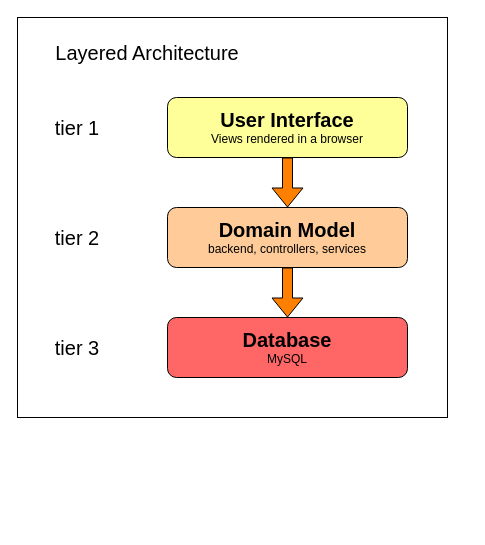
The draw.io diagram System Models/software_architecture.drawio in blueappleee/EmployeeManagementSystem, before the edit. Source tidied: cells renumbered, new cells numbered last; positions are measured from the earlier drawing's top-left corner, leaving out a move shared by most shapes. Both pictures are drawn from the tidied source at 100%, with x=0, y=0 at pixel (17, 17).
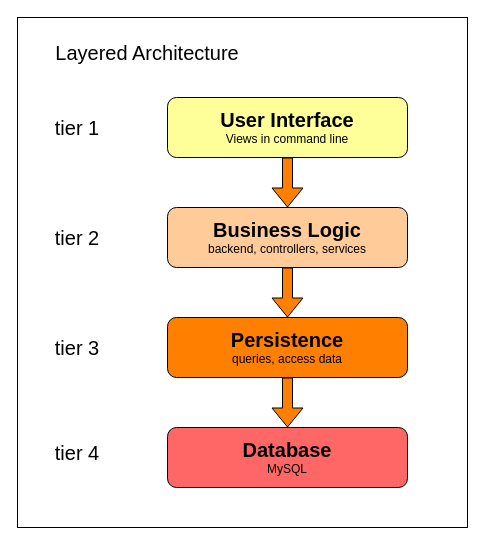
After the change.

Change to the diagram source:
```diff
@@
 <mxGraphModel>
   <root>
     <mxCell id="0" />
     <mxCell id="1" parent="0" />
     <mxCell id="2" style="rounded=0;whiteSpace=wrap;html=1;" parent="1" vertex="1">
-      <mxGeometry width="430" height="400" as="geometry" />
+      <mxGeometry width="450" height="510" as="geometry" />
     </mxCell>
-    <mxCell id="3" value="&lt;font style=&quot;font-size: 20px;&quot;&gt;&lt;b&gt;User Interface&lt;br&gt;&lt;/b&gt;&lt;/font&gt;Views rendered in a browser" style="rounded=1;whiteSpace=wrap;html=1;fillColor=#FFFF99;" parent="1" vertex="1">
+    <mxCell id="3" value="&lt;font style=&quot;font-size: 20px;&quot;&gt;&lt;b&gt;User Interface&lt;br&gt;&lt;/b&gt;&lt;/font&gt;Views in command line" style="rounded=1;whiteSpace=wrap;html=1;fillColor=#FFFF99;" parent="1" vertex="1">
       <mxGeometry x="150" y="80" width="240" height="60" as="geometry" />
     </mxCell>
-    <mxCell id="4" value="&lt;b style=&quot;font-size: 20px;&quot;&gt;Domain Model&lt;br&gt;&lt;/b&gt;backend, controllers, services" style="rounded=1;whiteSpace=wrap;html=1;fillColor=#FFCC99;" parent="1" vertex="1">
+    <mxCell id="4" value="&lt;b style=&quot;font-size: 20px;&quot;&gt;Business Logic&lt;br&gt;&lt;/b&gt;backend, controllers, services" style="rounded=1;whiteSpace=wrap;html=1;fillColor=#FFCC99;" parent="1" vertex="1">
       <mxGeometry x="150" y="190" width="240" height="60" as="geometry" />
     </mxCell>
     <mxCell id="5" value="&lt;b style=&quot;font-size: 20px;&quot;&gt;Database&lt;br&gt;&lt;/b&gt;MySQL" style="rounded=1;whiteSpace=wrap;html=1;fillColor=#FF6666;" parent="1" vertex="1">
-      <mxGeometry x="150" y="300" width="240" height="60" as="geometry" />
+      <mxGeometry x="150" y="410" width="240" height="60" as="geometry" />
     </mxCell>
     <mxCell id="6" style="shape=flexArrow;endArrow=classic;html=1;rounded=0;entryX=0.5;entryY=0;entryDx=0;entryDy=0;exitX=0.5;exitY=1;exitDx=0;exitDy=0;fillColor=#FF8000;" parent="1" edge="1" source="3" target="4">
       <mxGeometry relative="1" as="geometry" />
     </mxCell>
-    <mxCell id="7" style="shape=flexArrow;endArrow=classic;html=1;rounded=0;entryX=0.5;entryY=0;entryDx=0;entryDy=0;exitX=0.5;exitY=1;exitDx=0;exitDy=0;fillColor=#FF8000;" parent="1" edge="1" source="4" target="5">
+    <mxCell id="7" style="shape=flexArrow;endArrow=classic;html=1;rounded=0;entryX=0.5;entryY=0;entryDx=0;entryDy=0;fillColor=#FF8000;exitX=0.5;exitY=1;exitDx=0;exitDy=0;" parent="1" edge="1" source="12" target="5">
       <mxGeometry relative="1" as="geometry" />
     </mxCell>
     <mxCell id="8" value="Layered Architecture" style="text;html=1;strokeColor=none;fillColor=none;align=center;verticalAlign=middle;whiteSpace=wrap;rounded=0;fontSize=20;" parent="1" vertex="1">
       <mxGeometry x="30" y="20" width="200" height="30" as="geometry" />
     </mxCell>
     <mxCell id="9" value="tier 1" style="text;html=1;strokeColor=none;fillColor=none;align=center;verticalAlign=middle;whiteSpace=wrap;rounded=0;fontSize=20;" parent="1" vertex="1">
       <mxGeometry x="30" y="95" width="60" height="30" as="geometry" />
     </mxCell>
     <mxCell id="10" value="tier 2" style="text;html=1;strokeColor=none;fillColor=none;align=center;verticalAlign=middle;whiteSpace=wrap;rounded=0;fontSize=20;" parent="1" vertex="1">
       <mxGeometry x="30" y="205" width="60" height="30" as="geometry" />
     </mxCell>
     <mxCell id="11" value="tier 3" style="text;html=1;strokeColor=none;fillColor=none;align=center;verticalAlign=middle;whiteSpace=wrap;rounded=0;fontSize=20;" parent="1" vertex="1">
       <mxGeometry x="30" y="315" width="60" height="30" as="geometry" />
     </mxCell>
+    <mxCell id="12" value="&lt;b style=&quot;font-size: 20px;&quot;&gt;Persistence&lt;br&gt;&lt;/b&gt;queries, access data" style="rounded=1;whiteSpace=wrap;html=1;fillColor=#FF8000;" parent="1" vertex="1">
+      <mxGeometry x="150" y="300" width="240" height="60" as="geometry" />
+    </mxCell>
+    <mxCell id="13" style="shape=flexArrow;endArrow=classic;html=1;rounded=0;fillColor=#FF8000;exitX=0.5;exitY=1;exitDx=0;exitDy=0;" parent="1" edge="1" source="4">
+      <mxGeometry relative="1" as="geometry">
+        <mxPoint x="270" y="300" as="targetPoint" />
+      </mxGeometry>
+    </mxCell>
+    <mxCell id="14" value="tier 4" style="text;html=1;strokeColor=none;fillColor=none;align=center;verticalAlign=middle;whiteSpace=wrap;rounded=0;fontSize=20;" parent="1" vertex="1">
+      <mxGeometry x="30" y="420" width="60" height="30" as="geometry" />
+    </mxCell>
   </root>
 </mxGraphModel>
```
